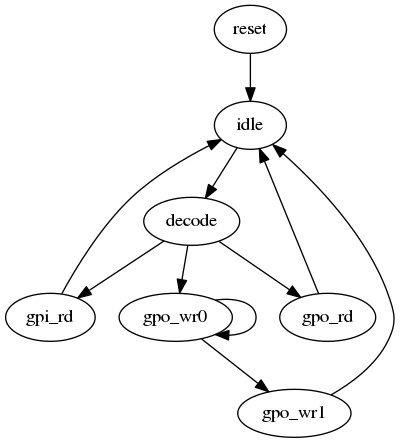
Before: docs/fsm.png, a diagram exported from Graphviz (ben-marshall/verilog-probe). Its source is kept beside it as docs/fsm.dot. The source it was exported from:
```dot
digraph FSM {

    reset   -> idle;

    idle    -> decode

    decode  -> gpi_rd;
    decode  -> gpo_rd;
    decode  -> gpo_wr0;

    gpi_rd  -> idle;

    gpo_rd  -> idle;

    gpo_wr0 -> gpo_wr0;
    gpo_wr0 -> gpo_wr1;

    gpo_wr1 -> idle;

}
```
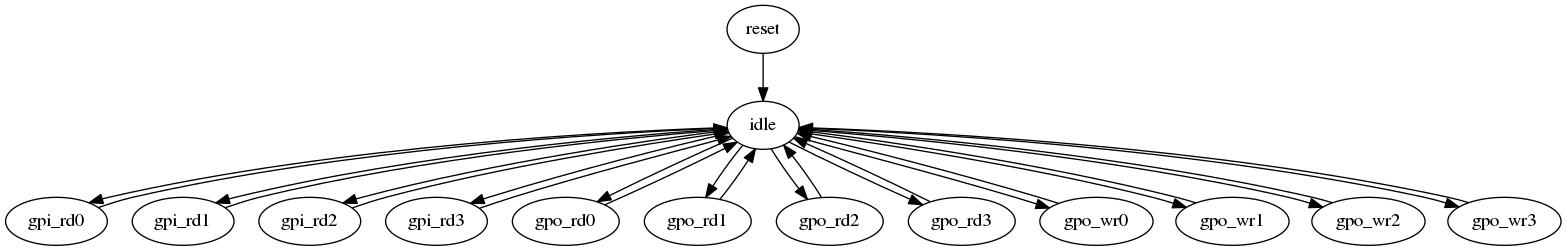
After the change.

Change to the diagram source:
```diff
@@ -1,20 +1,35 @@
 digraph FSM {
 
-    reset   -> idle;
+    reset       -> idle;
 
-    idle    -> decode
+    idle        -> gpi_rd0;
+    idle        -> gpi_rd1;
+    idle        -> gpi_rd2;
+    idle        -> gpi_rd3;
 
-    decode  -> gpi_rd;
-    decode  -> gpo_rd;
-    decode  -> gpo_wr0;
+    idle        -> gpo_rd0;
+    idle        -> gpo_rd1;
+    idle        -> gpo_rd2;
+    idle        -> gpo_rd3;
 
-    gpi_rd  -> idle;
+    idle        -> gpo_wr0;
+    idle        -> gpo_wr1;
+    idle        -> gpo_wr2;
+    idle        -> gpo_wr3;
 
-    gpo_rd  -> idle;
+    gpi_rd0     -> idle;
+    gpi_rd1     -> idle;
+    gpi_rd2     -> idle;
+    gpi_rd3     -> idle;
 
-    gpo_wr0 -> gpo_wr0;
-    gpo_wr0 -> gpo_wr1;
+    gpo_rd0     -> idle;
+    gpo_rd1     -> idle;
+    gpo_rd2     -> idle;
+    gpo_rd3     -> idle;
 
-    gpo_wr1 -> idle;
+    gpo_wr0     -> idle;
+    gpo_wr1     -> idle;
+    gpo_wr2     -> idle;
+    gpo_wr3     -> idle;
 
 }
```
